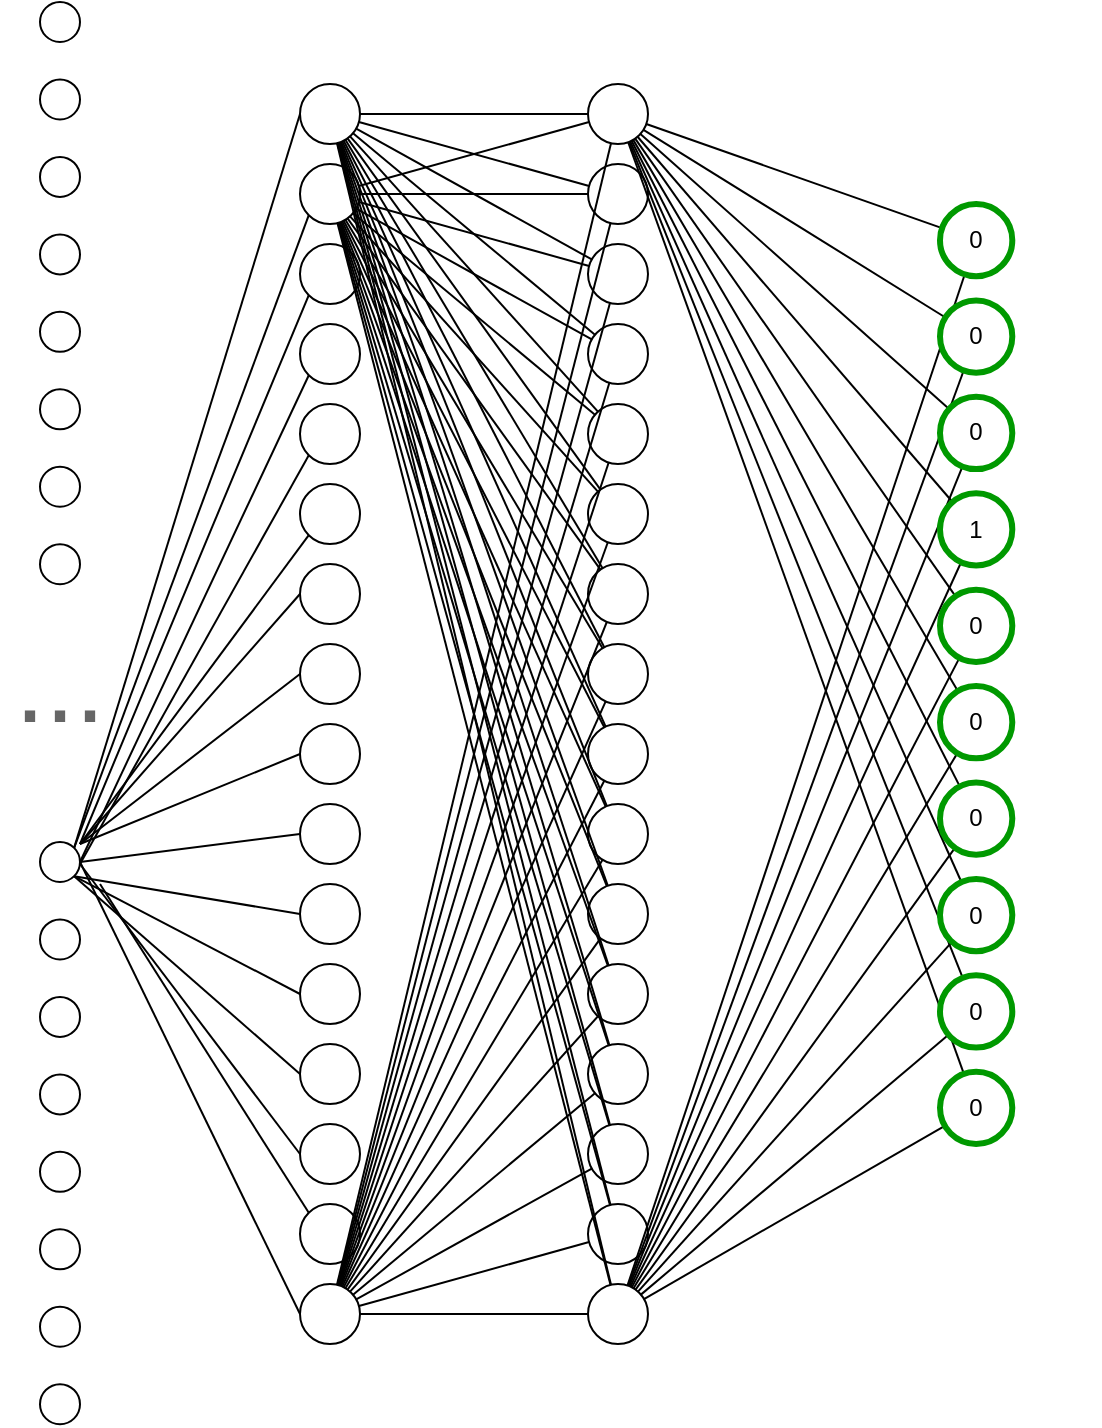
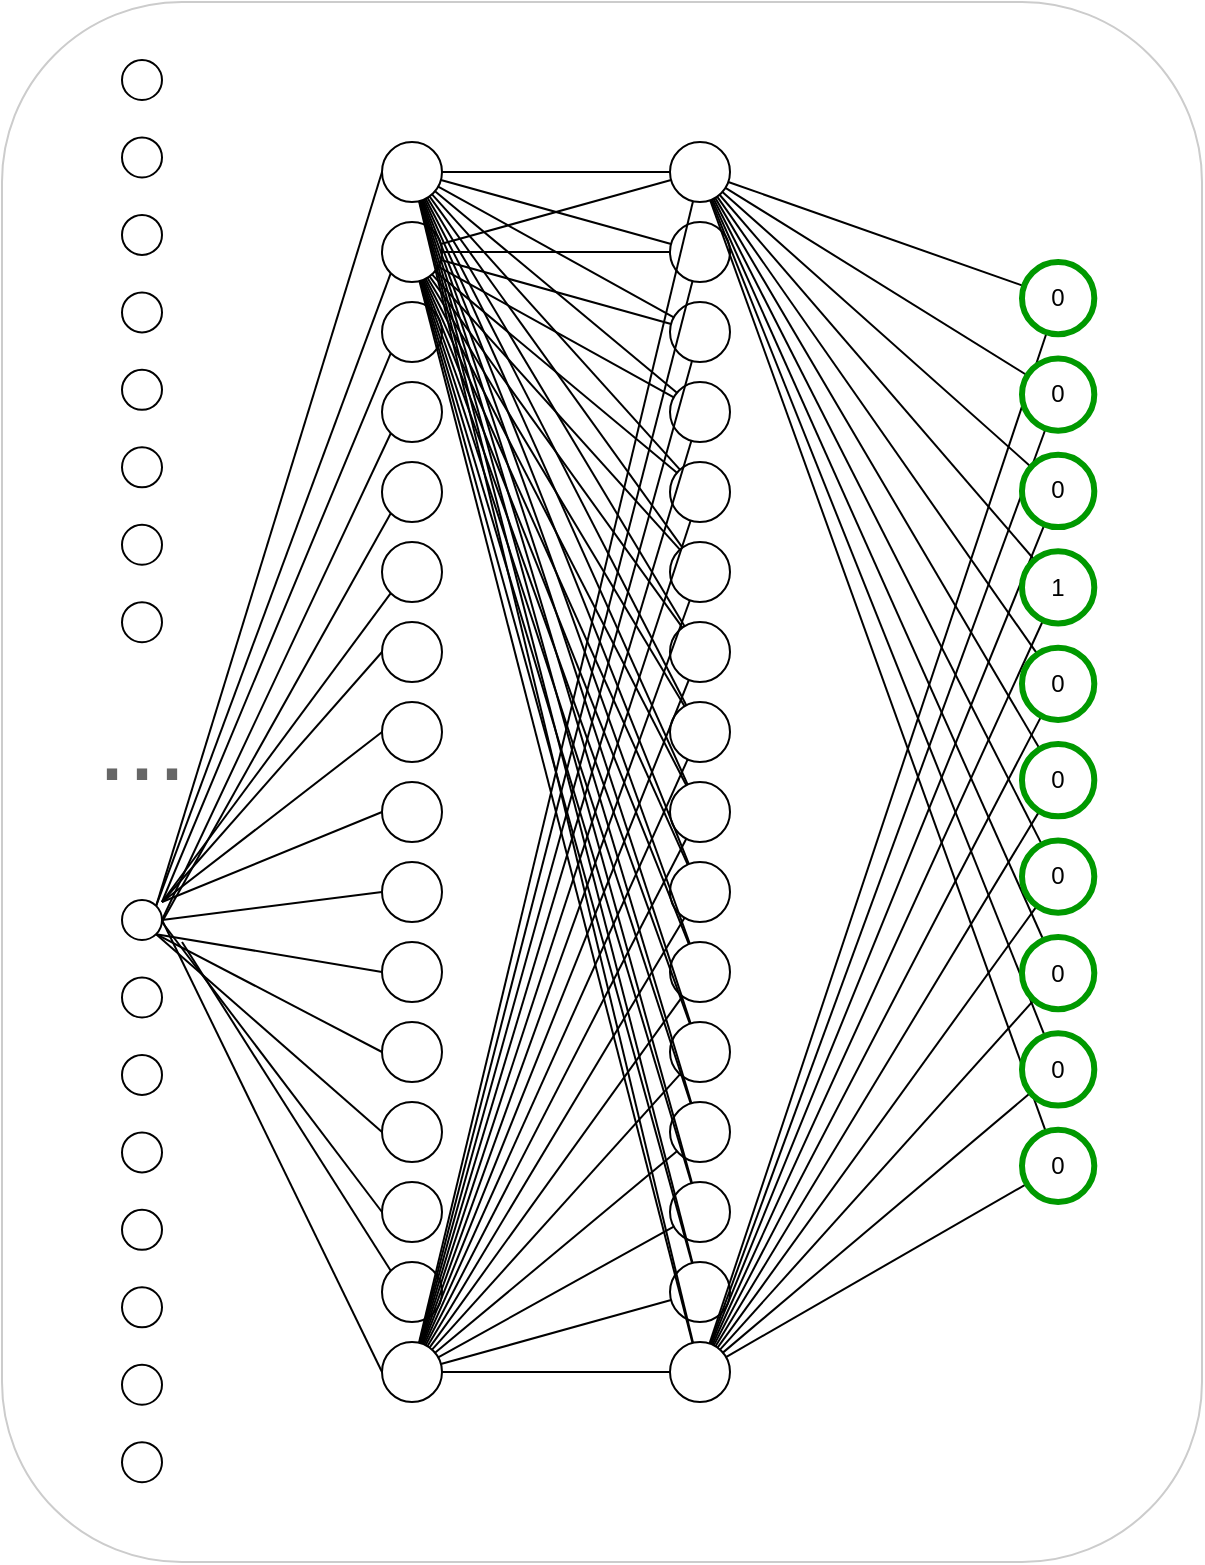
<mxfile host="app.diagrams.net" agent="Mozilla/5.0 (Macintosh; Intel Mac OS X 10.15; rv:147.0) Gecko/20100101 Firefox/147.0" version="29.3.6">
  <diagram id="three-columns" name="Page-1">
    <mxGraphModel dx="1653" dy="925" grid="1" gridSize="10" guides="1" tooltips="1" connect="1" arrows="1" fold="1" page="1" pageScale="1" pageWidth="1100" pageHeight="850" background="#ffffff" math="0" shadow="0">
      <root>
        <mxCell id="0" />
        <mxCell id="1" parent="0" />
        <mxCell id="L0_1" parent="1" style="ellipse;whiteSpace=wrap;html=1;aspect=fixed;" value="" vertex="1">
          <mxGeometry height="30" width="30" x="430" y="110" as="geometry" />
        </mxCell>
        <mxCell id="L0_2" parent="1" style="ellipse;whiteSpace=wrap;html=1;aspect=fixed;" value="" vertex="1">
          <mxGeometry height="30" width="30" x="430" y="150" as="geometry" />
        </mxCell>
        <mxCell id="L0_3" parent="1" style="ellipse;whiteSpace=wrap;html=1;aspect=fixed;" value="" vertex="1">
          <mxGeometry height="30" width="30" x="430" y="190" as="geometry" />
        </mxCell>
        <mxCell id="L0_4" parent="1" style="ellipse;whiteSpace=wrap;html=1;aspect=fixed;" value="" vertex="1">
          <mxGeometry height="30" width="30" x="430" y="230" as="geometry" />
        </mxCell>
        <mxCell id="L0_5" parent="1" style="ellipse;whiteSpace=wrap;html=1;aspect=fixed;" value="" vertex="1">
          <mxGeometry height="30" width="30" x="430" y="270" as="geometry" />
        </mxCell>
        <mxCell id="L0_6" parent="1" style="ellipse;whiteSpace=wrap;html=1;aspect=fixed;" value="" vertex="1">
          <mxGeometry height="30" width="30" x="430" y="310" as="geometry" />
        </mxCell>
        <mxCell id="L0_7" parent="1" style="ellipse;whiteSpace=wrap;html=1;aspect=fixed;" value="" vertex="1">
          <mxGeometry height="30" width="30" x="430" y="350" as="geometry" />
        </mxCell>
        <mxCell id="L0_8" parent="1" style="ellipse;whiteSpace=wrap;html=1;aspect=fixed;" value="" vertex="1">
          <mxGeometry height="30" width="30" x="430" y="390" as="geometry" />
        </mxCell>
        <mxCell id="L0_9" parent="1" style="ellipse;whiteSpace=wrap;html=1;aspect=fixed;" value="" vertex="1">
          <mxGeometry height="30" width="30" x="430" y="430" as="geometry" />
        </mxCell>
        <mxCell id="L0_10" parent="1" style="ellipse;whiteSpace=wrap;html=1;aspect=fixed;" value="" vertex="1">
          <mxGeometry height="30" width="30" x="430" y="470" as="geometry" />
        </mxCell>
        <mxCell id="L0_11" parent="1" style="ellipse;whiteSpace=wrap;html=1;aspect=fixed;" value="" vertex="1">
          <mxGeometry height="30" width="30" x="430" y="510" as="geometry" />
        </mxCell>
        <mxCell id="L0_12" parent="1" style="ellipse;whiteSpace=wrap;html=1;aspect=fixed;" value="" vertex="1">
          <mxGeometry height="30" width="30" x="430" y="550" as="geometry" />
        </mxCell>
        <mxCell id="L0_13" parent="1" style="ellipse;whiteSpace=wrap;html=1;aspect=fixed;" value="" vertex="1">
          <mxGeometry height="30" width="30" x="430" y="590" as="geometry" />
        </mxCell>
        <mxCell id="L0_14" parent="1" style="ellipse;whiteSpace=wrap;html=1;aspect=fixed;" value="" vertex="1">
          <mxGeometry height="30" width="30" x="430" y="630" as="geometry" />
        </mxCell>
        <mxCell id="L0_15" parent="1" style="ellipse;whiteSpace=wrap;html=1;aspect=fixed;" value="" vertex="1">
          <mxGeometry height="30" width="30" x="430" y="670" as="geometry" />
        </mxCell>
        <mxCell id="L0_16" parent="1" style="ellipse;whiteSpace=wrap;html=1;aspect=fixed;" value="" vertex="1">
          <mxGeometry height="30" width="30" x="430" y="710" as="geometry" />
        </mxCell>
        <mxCell id="L1" parent="1" style="ellipse;whiteSpace=wrap;html=1;aspect=fixed;" value="" vertex="1">
          <mxGeometry height="30" width="30" x="574" y="110" as="geometry" />
        </mxCell>
        <mxCell id="L2" parent="1" style="ellipse;whiteSpace=wrap;html=1;aspect=fixed;" value="" vertex="1">
          <mxGeometry height="30" width="30" x="574" y="150" as="geometry" />
        </mxCell>
        <mxCell id="L3" parent="1" style="ellipse;whiteSpace=wrap;html=1;aspect=fixed;" value="" vertex="1">
          <mxGeometry height="30" width="30" x="574" y="190" as="geometry" />
        </mxCell>
        <mxCell id="L4" parent="1" style="ellipse;whiteSpace=wrap;html=1;aspect=fixed;" value="" vertex="1">
          <mxGeometry height="30" width="30" x="574" y="230" as="geometry" />
        </mxCell>
        <mxCell id="L5" parent="1" style="ellipse;whiteSpace=wrap;html=1;aspect=fixed;" value="" vertex="1">
          <mxGeometry height="30" width="30" x="574" y="270" as="geometry" />
        </mxCell>
        <mxCell id="L6" parent="1" style="ellipse;whiteSpace=wrap;html=1;aspect=fixed;" value="" vertex="1">
          <mxGeometry height="30" width="30" x="574" y="310" as="geometry" />
        </mxCell>
        <mxCell id="L7" parent="1" style="ellipse;whiteSpace=wrap;html=1;aspect=fixed;" value="" vertex="1">
          <mxGeometry height="30" width="30" x="574" y="350" as="geometry" />
        </mxCell>
        <mxCell id="L8" parent="1" style="ellipse;whiteSpace=wrap;html=1;aspect=fixed;" value="" vertex="1">
          <mxGeometry height="30" width="30" x="574" y="390" as="geometry" />
        </mxCell>
        <mxCell id="L9" parent="1" style="ellipse;whiteSpace=wrap;html=1;aspect=fixed;" value="" vertex="1">
          <mxGeometry height="30" width="30" x="574" y="430" as="geometry" />
        </mxCell>
        <mxCell id="L10" parent="1" style="ellipse;whiteSpace=wrap;html=1;aspect=fixed;" value="" vertex="1">
          <mxGeometry height="30" width="30" x="574" y="470" as="geometry" />
        </mxCell>
        <mxCell id="L11" parent="1" style="ellipse;whiteSpace=wrap;html=1;aspect=fixed;" value="" vertex="1">
          <mxGeometry height="30" width="30" x="574" y="510" as="geometry" />
        </mxCell>
        <mxCell id="L12" parent="1" style="ellipse;whiteSpace=wrap;html=1;aspect=fixed;" value="" vertex="1">
          <mxGeometry height="30" width="30" x="574" y="550" as="geometry" />
        </mxCell>
        <mxCell id="L13" parent="1" style="ellipse;whiteSpace=wrap;html=1;aspect=fixed;" value="" vertex="1">
          <mxGeometry height="30" width="30" x="574" y="590" as="geometry" />
        </mxCell>
        <mxCell id="L14" parent="1" style="ellipse;whiteSpace=wrap;html=1;aspect=fixed;" value="" vertex="1">
          <mxGeometry height="30" width="30" x="574" y="630" as="geometry" />
        </mxCell>
        <mxCell id="L15" parent="1" style="ellipse;whiteSpace=wrap;html=1;aspect=fixed;" value="" vertex="1">
          <mxGeometry height="30" width="30" x="574" y="670" as="geometry" />
        </mxCell>
        <mxCell id="L16" parent="1" style="ellipse;whiteSpace=wrap;html=1;aspect=fixed;" value="" vertex="1">
          <mxGeometry height="30" width="30" x="574" y="710" as="geometry" />
        </mxCell>
        <mxCell id="E_L0_1_L1" edge="1" parent="1" source="L0_1" style="endArrow=none;" target="L1">
          <mxGeometry relative="1" as="geometry" />
        </mxCell>
        <mxCell id="E_L0_1_L2" edge="1" parent="1" source="L0_1" style="endArrow=none;" target="L2">
          <mxGeometry relative="1" as="geometry" />
        </mxCell>
        <mxCell id="E_L0_1_L3" edge="1" parent="1" source="L0_1" style="endArrow=none;" target="L3">
          <mxGeometry relative="1" as="geometry" />
        </mxCell>
        <mxCell id="E_L0_1_L4" edge="1" parent="1" source="L0_1" style="endArrow=none;" target="L4">
          <mxGeometry relative="1" as="geometry" />
        </mxCell>
        <mxCell id="E_L0_1_L5" edge="1" parent="1" source="L0_1" style="endArrow=none;" target="L5">
          <mxGeometry relative="1" as="geometry" />
        </mxCell>
        <mxCell id="E_L0_1_L6" edge="1" parent="1" source="L0_1" style="endArrow=none;" target="L6">
          <mxGeometry relative="1" as="geometry" />
        </mxCell>
        <mxCell id="E_L0_1_L7" edge="1" parent="1" source="L0_1" style="endArrow=none;" target="L7">
          <mxGeometry relative="1" as="geometry" />
        </mxCell>
        <mxCell id="E_L0_1_L8" edge="1" parent="1" source="L0_1" style="endArrow=none;" target="L8">
          <mxGeometry relative="1" as="geometry" />
        </mxCell>
        <mxCell id="E_L0_1_L9" edge="1" parent="1" source="L0_1" style="endArrow=none;" target="L9">
          <mxGeometry relative="1" as="geometry" />
        </mxCell>
        <mxCell id="E_L0_1_L10" edge="1" parent="1" source="L0_1" style="endArrow=none;" target="L10">
          <mxGeometry relative="1" as="geometry" />
        </mxCell>
        <mxCell id="E_L0_1_L11" edge="1" parent="1" source="L0_1" style="endArrow=none;" target="L11">
          <mxGeometry relative="1" as="geometry" />
        </mxCell>
        <mxCell id="E_L0_1_L12" edge="1" parent="1" source="L0_1" style="endArrow=none;" target="L12">
          <mxGeometry relative="1" as="geometry" />
        </mxCell>
        <mxCell id="E_L0_1_L13" edge="1" parent="1" source="L0_1" style="endArrow=none;" target="L13">
          <mxGeometry relative="1" as="geometry" />
        </mxCell>
        <mxCell id="E_L0_1_L14" edge="1" parent="1" source="L0_1" style="endArrow=none;" target="L14">
          <mxGeometry relative="1" as="geometry" />
        </mxCell>
        <mxCell id="E_L0_1_L15" edge="1" parent="1" source="L0_1" style="endArrow=none;" target="L15">
          <mxGeometry relative="1" as="geometry" />
        </mxCell>
        <mxCell id="E_L0_1_L16" edge="1" parent="1" source="L0_1" style="endArrow=none;" target="L16">
          <mxGeometry relative="1" as="geometry" />
        </mxCell>
        <mxCell id="E_L0_2_L1" edge="1" parent="1" source="L0_2" style="endArrow=none;" target="L1">
          <mxGeometry relative="1" as="geometry" />
        </mxCell>
        <mxCell id="E_L0_2_L2" edge="1" parent="1" source="L0_2" style="endArrow=none;" target="L2">
          <mxGeometry relative="1" as="geometry" />
        </mxCell>
        <mxCell id="E_L0_2_L3" edge="1" parent="1" source="L0_2" style="endArrow=none;" target="L3">
          <mxGeometry relative="1" as="geometry" />
        </mxCell>
        <mxCell id="E_L0_2_L4" edge="1" parent="1" source="L0_2" style="endArrow=none;" target="L4">
          <mxGeometry relative="1" as="geometry" />
        </mxCell>
        <mxCell id="E_L0_2_L5" edge="1" parent="1" source="L0_2" style="endArrow=none;" target="L5">
          <mxGeometry relative="1" as="geometry" />
        </mxCell>
        <mxCell id="E_L0_2_L6" edge="1" parent="1" source="L0_2" style="endArrow=none;" target="L6">
          <mxGeometry relative="1" as="geometry" />
        </mxCell>
        <mxCell id="E_L0_2_L7" edge="1" parent="1" source="L0_2" style="endArrow=none;" target="L7">
          <mxGeometry relative="1" as="geometry" />
        </mxCell>
        <mxCell id="E_L0_2_L8" edge="1" parent="1" source="L0_2" style="endArrow=none;" target="L8">
          <mxGeometry relative="1" as="geometry" />
        </mxCell>
        <mxCell id="E_L0_2_L9" edge="1" parent="1" source="L0_2" style="endArrow=none;" target="L9">
          <mxGeometry relative="1" as="geometry" />
        </mxCell>
        <mxCell id="E_L0_2_L10" edge="1" parent="1" source="L0_2" style="endArrow=none;" target="L10">
          <mxGeometry relative="1" as="geometry" />
        </mxCell>
        <mxCell id="E_L0_2_L11" edge="1" parent="1" source="L0_2" style="endArrow=none;" target="L11">
          <mxGeometry relative="1" as="geometry" />
        </mxCell>
        <mxCell id="E_L0_2_L12" edge="1" parent="1" source="L0_2" style="endArrow=none;" target="L12">
          <mxGeometry relative="1" as="geometry" />
        </mxCell>
        <mxCell id="E_L0_2_L13" edge="1" parent="1" source="L0_2" style="endArrow=none;" target="L13">
          <mxGeometry relative="1" as="geometry" />
        </mxCell>
        <mxCell id="E_L0_2_L14" edge="1" parent="1" source="L0_2" style="endArrow=none;" target="L14">
          <mxGeometry relative="1" as="geometry" />
        </mxCell>
        <mxCell id="E_L0_2_L15" edge="1" parent="1" source="L0_2" style="endArrow=none;" target="L15">
          <mxGeometry relative="1" as="geometry" />
        </mxCell>
        <mxCell id="E_L0_2_L16" edge="1" parent="1" source="L0_2" style="endArrow=none;" target="L16">
          <mxGeometry relative="1" as="geometry" />
        </mxCell>
        <mxCell id="E_L0_16_L1" edge="1" parent="1" source="L0_16" style="endArrow=none;" target="L1">
          <mxGeometry relative="1" as="geometry" />
        </mxCell>
        <mxCell id="E_L0_16_L2" edge="1" parent="1" source="L0_16" style="endArrow=none;" target="L2">
          <mxGeometry relative="1" as="geometry" />
        </mxCell>
        <mxCell id="E_L0_16_L3" edge="1" parent="1" source="L0_16" style="endArrow=none;" target="L3">
          <mxGeometry relative="1" as="geometry" />
        </mxCell>
        <mxCell id="E_L0_16_L4" edge="1" parent="1" source="L0_16" style="endArrow=none;" target="L4">
          <mxGeometry relative="1" as="geometry" />
        </mxCell>
        <mxCell id="E_L0_16_L5" edge="1" parent="1" source="L0_16" style="endArrow=none;" target="L5">
          <mxGeometry relative="1" as="geometry" />
        </mxCell>
        <mxCell id="E_L0_16_L6" edge="1" parent="1" source="L0_16" style="endArrow=none;" target="L6">
          <mxGeometry relative="1" as="geometry" />
        </mxCell>
        <mxCell id="E_L0_16_L7" edge="1" parent="1" source="L0_16" style="endArrow=none;" target="L7">
          <mxGeometry relative="1" as="geometry" />
        </mxCell>
        <mxCell id="E_L0_16_L8" edge="1" parent="1" source="L0_16" style="endArrow=none;" target="L8">
          <mxGeometry relative="1" as="geometry" />
        </mxCell>
        <mxCell id="E_L0_16_L9" edge="1" parent="1" source="L0_16" style="endArrow=none;" target="L9">
          <mxGeometry relative="1" as="geometry" />
        </mxCell>
        <mxCell id="E_L0_16_L10" edge="1" parent="1" source="L0_16" style="endArrow=none;" target="L10">
          <mxGeometry relative="1" as="geometry" />
        </mxCell>
        <mxCell id="E_L0_16_L11" edge="1" parent="1" source="L0_16" style="endArrow=none;" target="L11">
          <mxGeometry relative="1" as="geometry" />
        </mxCell>
        <mxCell id="E_L0_16_L12" edge="1" parent="1" source="L0_16" style="endArrow=none;" target="L12">
          <mxGeometry relative="1" as="geometry" />
        </mxCell>
        <mxCell id="E_L0_16_L13" edge="1" parent="1" source="L0_16" style="endArrow=none;" target="L13">
          <mxGeometry relative="1" as="geometry" />
        </mxCell>
        <mxCell id="E_L0_16_L14" edge="1" parent="1" source="L0_16" style="endArrow=none;" target="L14">
          <mxGeometry relative="1" as="geometry" />
        </mxCell>
        <mxCell id="E_L0_16_L15" edge="1" parent="1" source="L0_16" style="endArrow=none;" target="L15">
          <mxGeometry relative="1" as="geometry" />
        </mxCell>
        <mxCell id="E_L0_16_L16" edge="1" parent="1" source="L0_16" style="endArrow=none;" target="L16">
          <mxGeometry relative="1" as="geometry" />
        </mxCell>
        <mxCell id="E_L1_R1" edge="1" parent="1" source="L1" style="endArrow=none;" target="R1">
          <mxGeometry relative="1" as="geometry" />
        </mxCell>
        <mxCell id="E_L1_R2" edge="1" parent="1" source="L1" style="endArrow=none;" target="R2">
          <mxGeometry relative="1" as="geometry" />
        </mxCell>
        <mxCell id="E_L1_R3" edge="1" parent="1" source="L1" style="endArrow=none;" target="R3">
          <mxGeometry relative="1" as="geometry" />
        </mxCell>
        <mxCell id="E_L1_R4" edge="1" parent="1" source="L1" style="endArrow=none;" target="R4">
          <mxGeometry relative="1" as="geometry" />
        </mxCell>
        <mxCell id="E_L1_R5" edge="1" parent="1" source="L1" style="endArrow=none;" target="R5">
          <mxGeometry relative="1" as="geometry" />
        </mxCell>
        <mxCell id="E_L1_R6" edge="1" parent="1" source="L1" style="endArrow=none;" target="R6">
          <mxGeometry relative="1" as="geometry" />
        </mxCell>
        <mxCell id="E_L1_R7" edge="1" parent="1" source="L1" style="endArrow=none;" target="R7">
          <mxGeometry relative="1" as="geometry" />
        </mxCell>
        <mxCell id="E_L1_R8" edge="1" parent="1" source="L1" style="endArrow=none;" target="R8">
          <mxGeometry relative="1" as="geometry" />
        </mxCell>
        <mxCell id="E_L1_R9" edge="1" parent="1" source="L1" style="endArrow=none;" target="R9">
          <mxGeometry relative="1" as="geometry" />
        </mxCell>
        <mxCell id="E_L1_R10" edge="1" parent="1" source="L1" style="endArrow=none;" target="R10">
          <mxGeometry relative="1" as="geometry" />
        </mxCell>
        <mxCell id="E_L16_R1" edge="1" parent="1" source="L16" style="endArrow=none;" target="R1">
          <mxGeometry relative="1" as="geometry" />
        </mxCell>
        <mxCell id="E_L16_R2" edge="1" parent="1" source="L16" style="endArrow=none;" target="R2">
          <mxGeometry relative="1" as="geometry" />
        </mxCell>
        <mxCell id="E_L16_R3" edge="1" parent="1" source="L16" style="endArrow=none;" target="R3">
          <mxGeometry relative="1" as="geometry" />
        </mxCell>
        <mxCell id="E_L16_R4" edge="1" parent="1" source="L16" style="endArrow=none;" target="R4">
          <mxGeometry relative="1" as="geometry" />
        </mxCell>
        <mxCell id="E_L16_R5" edge="1" parent="1" source="L16" style="endArrow=none;" target="R5">
          <mxGeometry relative="1" as="geometry" />
        </mxCell>
        <mxCell id="E_L16_R6" edge="1" parent="1" source="L16" style="endArrow=none;" target="R6">
          <mxGeometry relative="1" as="geometry" />
        </mxCell>
        <mxCell id="E_L16_R7" edge="1" parent="1" source="L16" style="endArrow=none;" target="R7">
          <mxGeometry relative="1" as="geometry" />
        </mxCell>
        <mxCell id="E_L16_R8" edge="1" parent="1" source="L16" style="endArrow=none;" target="R8">
          <mxGeometry relative="1" as="geometry" />
        </mxCell>
        <mxCell id="E_L16_R9" edge="1" parent="1" source="L16" style="endArrow=none;" target="R9">
          <mxGeometry relative="1" as="geometry" />
        </mxCell>
        <mxCell id="E_L16_R10" edge="1" parent="1" source="L16" style="endArrow=none;" target="R10">
          <mxGeometry relative="1" as="geometry" />
        </mxCell>
        <mxCell id="UqORztQWvTda7gWICpi--1" connectable="0" parent="1" style="group" value="" vertex="1">
          <mxGeometry height="470" width="80" x="750" y="170" as="geometry" />
        </mxCell>
        <mxCell id="R1" parent="UqORztQWvTda7gWICpi--1" style="ellipse;whiteSpace=wrap;html=1;aspect=fixed;strokeWidth=3;strokeColor=#009900;" value="0" vertex="1">
          <mxGeometry height="36.15384615384615" width="36.15384615384615" as="geometry" />
        </mxCell>
        <mxCell id="R2" parent="UqORztQWvTda7gWICpi--1" style="ellipse;whiteSpace=wrap;html=1;aspect=fixed;strokeWidth=3;strokeColor=#009900;" value="0" vertex="1">
          <mxGeometry height="36.15384615384615" width="36.15384615384615" y="48.205128205128204" as="geometry" />
        </mxCell>
        <mxCell id="R3" parent="UqORztQWvTda7gWICpi--1" style="ellipse;whiteSpace=wrap;html=1;aspect=fixed;strokeWidth=3;strokeColor=#009900;" value="0" vertex="1">
          <mxGeometry height="36.15384615384615" width="36.15384615384615" y="96.41025641025641" as="geometry" />
        </mxCell>
        <mxCell id="R4" parent="UqORztQWvTda7gWICpi--1" style="ellipse;whiteSpace=wrap;html=1;aspect=fixed;strokeWidth=3;strokeColor=#009900;" value="1" vertex="1">
          <mxGeometry height="36.15384615384615" width="36.15384615384615" y="144.6153846153846" as="geometry" />
        </mxCell>
        <mxCell id="R5" parent="UqORztQWvTda7gWICpi--1" style="ellipse;whiteSpace=wrap;html=1;aspect=fixed;strokeWidth=3;strokeColor=#009900;" value="0" vertex="1">
          <mxGeometry height="36.15384615384615" width="36.15384615384615" y="192.82051282051282" as="geometry" />
        </mxCell>
        <mxCell id="R6" parent="UqORztQWvTda7gWICpi--1" style="ellipse;whiteSpace=wrap;html=1;aspect=fixed;strokeWidth=3;strokeColor=#009900;" value="0" vertex="1">
          <mxGeometry height="36.15384615384615" width="36.15384615384615" y="241.02564102564102" as="geometry" />
        </mxCell>
        <mxCell id="R7" parent="UqORztQWvTda7gWICpi--1" style="ellipse;whiteSpace=wrap;html=1;aspect=fixed;strokeWidth=3;strokeColor=#009900;" value="0" vertex="1">
          <mxGeometry height="36.15384615384615" width="36.15384615384615" y="289.2307692307692" as="geometry" />
        </mxCell>
        <mxCell id="R8" parent="UqORztQWvTda7gWICpi--1" style="ellipse;whiteSpace=wrap;html=1;aspect=fixed;strokeWidth=3;strokeColor=#009900;" value="0" vertex="1">
          <mxGeometry height="36.15384615384615" width="36.15384615384615" y="337.43589743589746" as="geometry" />
        </mxCell>
        <mxCell id="R9" parent="UqORztQWvTda7gWICpi--1" style="ellipse;whiteSpace=wrap;html=1;aspect=fixed;strokeWidth=3;strokeColor=#009900;" value="0" vertex="1">
          <mxGeometry height="36.15384615384615" width="36.15384615384615" y="385.64102564102564" as="geometry" />
        </mxCell>
        <mxCell id="R10" parent="UqORztQWvTda7gWICpi--1" style="ellipse;whiteSpace=wrap;html=1;aspect=fixed;strokeWidth=3;strokeColor=#009900;" value="0" vertex="1">
          <mxGeometry height="36.15384615384615" width="36.15384615384615" y="433.84615384615387" as="geometry" />
        </mxCell>
        <mxCell id="UqORztQWvTda7gWICpi--2" parent="1" style="ellipse;whiteSpace=wrap;html=1;aspect=fixed;container=0;" value="" vertex="1">
          <mxGeometry height="20" width="20" x="300" y="69" as="geometry" />
        </mxCell>
        <mxCell id="UqORztQWvTda7gWICpi--3" parent="1" style="ellipse;whiteSpace=wrap;html=1;aspect=fixed;container=0;" value="" vertex="1">
          <mxGeometry height="20" width="20" x="300" y="107.73015873015873" as="geometry" />
        </mxCell>
        <mxCell id="UqORztQWvTda7gWICpi--4" parent="1" style="ellipse;whiteSpace=wrap;html=1;aspect=fixed;container=0;" value="" vertex="1">
          <mxGeometry height="20" width="20" x="300" y="146.46031746031747" as="geometry" />
        </mxCell>
        <mxCell id="UqORztQWvTda7gWICpi--5" parent="1" style="ellipse;whiteSpace=wrap;html=1;aspect=fixed;container=0;" value="" vertex="1">
          <mxGeometry height="20" width="20" x="300" y="185.1904761904762" as="geometry" />
        </mxCell>
        <mxCell id="UqORztQWvTda7gWICpi--6" parent="1" style="ellipse;whiteSpace=wrap;html=1;aspect=fixed;container=0;" value="" vertex="1">
          <mxGeometry height="20" width="20" x="300" y="223.9206349206349" as="geometry" />
        </mxCell>
        <mxCell id="UqORztQWvTda7gWICpi--7" parent="1" style="ellipse;whiteSpace=wrap;html=1;aspect=fixed;container=0;" value="" vertex="1">
          <mxGeometry height="20" width="20" x="300" y="262.6507936507936" as="geometry" />
        </mxCell>
        <mxCell id="UqORztQWvTda7gWICpi--8" parent="1" style="ellipse;whiteSpace=wrap;html=1;aspect=fixed;container=0;" value="" vertex="1">
          <mxGeometry height="20" width="20" x="300" y="301.3809523809524" as="geometry" />
        </mxCell>
        <mxCell id="UqORztQWvTda7gWICpi--9" parent="1" style="ellipse;whiteSpace=wrap;html=1;aspect=fixed;container=0;" value="" vertex="1">
          <mxGeometry height="20" width="20" x="300" y="340.1111111111111" as="geometry" />
        </mxCell>
        <mxCell id="UqORztQWvTda7gWICpi--10" parent="1" style="ellipse;whiteSpace=wrap;html=1;aspect=fixed;container=0;" value="" vertex="1">
          <mxGeometry height="20" width="20" x="300" y="489.00126984126985" as="geometry" />
        </mxCell>
        <mxCell id="UqORztQWvTda7gWICpi--11" parent="1" style="ellipse;whiteSpace=wrap;html=1;aspect=fixed;container=0;" value="" vertex="1">
          <mxGeometry height="20" width="20" x="300" y="527.7314285714285" as="geometry" />
        </mxCell>
        <mxCell id="UqORztQWvTda7gWICpi--12" parent="1" style="ellipse;whiteSpace=wrap;html=1;aspect=fixed;container=0;" value="" vertex="1">
          <mxGeometry height="20" width="20" x="300" y="566.4615873015873" as="geometry" />
        </mxCell>
        <mxCell id="UqORztQWvTda7gWICpi--13" parent="1" style="ellipse;whiteSpace=wrap;html=1;aspect=fixed;container=0;" value="" vertex="1">
          <mxGeometry height="20" width="20" x="300" y="605.191746031746" as="geometry" />
        </mxCell>
        <mxCell id="UqORztQWvTda7gWICpi--14" parent="1" style="ellipse;whiteSpace=wrap;html=1;aspect=fixed;container=0;" value="" vertex="1">
          <mxGeometry height="20" width="20" x="300" y="643.9219047619048" as="geometry" />
        </mxCell>
        <mxCell id="UqORztQWvTda7gWICpi--15" parent="1" style="ellipse;whiteSpace=wrap;html=1;aspect=fixed;container=0;" value="" vertex="1">
          <mxGeometry height="20" width="20" x="300" y="682.6520634920635" as="geometry" />
        </mxCell>
        <mxCell id="UqORztQWvTda7gWICpi--16" parent="1" style="ellipse;whiteSpace=wrap;html=1;aspect=fixed;container=0;" value="" vertex="1">
          <mxGeometry height="20" width="20" x="300" y="721.3822222222221" as="geometry" />
        </mxCell>
        <mxCell id="UqORztQWvTda7gWICpi--17" parent="1" style="ellipse;whiteSpace=wrap;html=1;aspect=fixed;container=0;" value="" vertex="1">
          <mxGeometry height="20" width="20" x="300" y="760.1123809523809" as="geometry" />
        </mxCell>
        <mxCell id="UqORztQWvTda7gWICpi--19" parent="1" style="text;html=1;whiteSpace=wrap;strokeColor=none;fillColor=none;align=center;verticalAlign=middle;rounded=0;" value="&lt;font style=&quot;font-size: 54px; color: rgb(102, 102, 102);&quot;&gt;...&lt;/font&gt;" vertex="1">
          <mxGeometry height="30" width="60" x="280" y="395" as="geometry" />
        </mxCell>
        <mxCell id="UqORztQWvTda7gWICpi--20" edge="1" parent="1" source="UqORztQWvTda7gWICpi--10" style="endArrow=none;html=1;rounded=0;entryX=0;entryY=0.5;entryDx=0;entryDy=0;exitX=1;exitY=0;exitDx=0;exitDy=0;" target="L0_1" value="">
          <mxGeometry height="50" relative="1" width="50" as="geometry">
            <mxPoint x="280" y="510" as="sourcePoint" />
            <mxPoint x="330" y="460" as="targetPoint" />
          </mxGeometry>
        </mxCell>
        <mxCell id="UqORztQWvTda7gWICpi--21" edge="1" parent="1" source="UqORztQWvTda7gWICpi--10" style="endArrow=none;html=1;rounded=0;entryX=0;entryY=1;entryDx=0;entryDy=0;exitX=1;exitY=0;exitDx=0;exitDy=0;" target="L0_2" value="">
          <mxGeometry height="50" relative="1" width="50" as="geometry">
            <mxPoint x="290" y="510" as="sourcePoint" />
            <mxPoint x="330" y="460" as="targetPoint" />
          </mxGeometry>
        </mxCell>
        <mxCell id="UqORztQWvTda7gWICpi--22" edge="1" parent="1" style="endArrow=none;html=1;rounded=0;entryX=0;entryY=1;entryDx=0;entryDy=0;" target="L0_3" value="">
          <mxGeometry height="50" relative="1" width="50" as="geometry">
            <mxPoint x="320" y="490" as="sourcePoint" />
            <mxPoint x="330" y="460" as="targetPoint" />
          </mxGeometry>
        </mxCell>
        <mxCell id="UqORztQWvTda7gWICpi--23" edge="1" parent="1" source="UqORztQWvTda7gWICpi--10" style="endArrow=none;html=1;rounded=0;entryX=0;entryY=1;entryDx=0;entryDy=0;exitX=1;exitY=0.5;exitDx=0;exitDy=0;" target="L0_4" value="">
          <mxGeometry height="50" relative="1" width="50" as="geometry">
            <mxPoint x="280" y="510" as="sourcePoint" />
            <mxPoint x="330" y="460" as="targetPoint" />
          </mxGeometry>
        </mxCell>
        <mxCell id="UqORztQWvTda7gWICpi--24" edge="1" parent="1" style="endArrow=none;html=1;rounded=0;entryX=0;entryY=1;entryDx=0;entryDy=0;" target="L0_5" value="">
          <mxGeometry height="50" relative="1" width="50" as="geometry">
            <mxPoint x="320" y="500" as="sourcePoint" />
            <mxPoint x="330" y="460" as="targetPoint" />
          </mxGeometry>
        </mxCell>
        <mxCell id="UqORztQWvTda7gWICpi--25" edge="1" parent="1" style="endArrow=none;html=1;rounded=0;entryX=0;entryY=1;entryDx=0;entryDy=0;" target="L0_6" value="">
          <mxGeometry height="50" relative="1" width="50" as="geometry">
            <mxPoint x="320" y="490" as="sourcePoint" />
            <mxPoint x="330" y="460" as="targetPoint" />
          </mxGeometry>
        </mxCell>
        <mxCell id="UqORztQWvTda7gWICpi--27" edge="1" parent="1" style="endArrow=none;html=1;rounded=0;entryX=0;entryY=0.5;entryDx=0;entryDy=0;" target="L0_7" value="">
          <mxGeometry height="50" relative="1" width="50" as="geometry">
            <mxPoint x="320" y="490" as="sourcePoint" />
            <mxPoint x="330" y="460" as="targetPoint" />
          </mxGeometry>
        </mxCell>
        <mxCell id="UqORztQWvTda7gWICpi--28" edge="1" parent="1" style="endArrow=none;html=1;rounded=0;entryX=0;entryY=0.5;entryDx=0;entryDy=0;" target="L0_8" value="">
          <mxGeometry height="50" relative="1" width="50" as="geometry">
            <mxPoint x="320" y="490" as="sourcePoint" />
            <mxPoint x="330" y="460" as="targetPoint" />
          </mxGeometry>
        </mxCell>
        <mxCell id="UqORztQWvTda7gWICpi--29" edge="1" parent="1" style="endArrow=none;html=1;rounded=0;entryX=0;entryY=0.5;entryDx=0;entryDy=0;" target="L0_9" value="">
          <mxGeometry height="50" relative="1" width="50" as="geometry">
            <mxPoint x="320" y="490" as="sourcePoint" />
            <mxPoint x="330" y="460" as="targetPoint" />
          </mxGeometry>
        </mxCell>
        <mxCell id="UqORztQWvTda7gWICpi--30" edge="1" parent="1" source="UqORztQWvTda7gWICpi--10" style="endArrow=none;html=1;rounded=0;entryX=0;entryY=0.5;entryDx=0;entryDy=0;exitX=1;exitY=0.5;exitDx=0;exitDy=0;" target="L0_10" value="">
          <mxGeometry height="50" relative="1" width="50" as="geometry">
            <mxPoint x="330" y="500" as="sourcePoint" />
            <mxPoint x="330" y="460" as="targetPoint" />
          </mxGeometry>
        </mxCell>
        <mxCell id="UqORztQWvTda7gWICpi--31" edge="1" parent="1" source="UqORztQWvTda7gWICpi--10" style="endArrow=none;html=1;rounded=0;entryX=0;entryY=0.5;entryDx=0;entryDy=0;exitX=1;exitY=1;exitDx=0;exitDy=0;" target="L0_11" value="">
          <mxGeometry height="50" relative="1" width="50" as="geometry">
            <mxPoint x="280" y="510" as="sourcePoint" />
            <mxPoint x="330" y="460" as="targetPoint" />
          </mxGeometry>
        </mxCell>
        <mxCell id="UqORztQWvTda7gWICpi--32" edge="1" parent="1" source="UqORztQWvTda7gWICpi--10" style="endArrow=none;html=1;rounded=0;entryX=0;entryY=0.5;entryDx=0;entryDy=0;exitX=1;exitY=1;exitDx=0;exitDy=0;" target="L0_12" value="">
          <mxGeometry height="50" relative="1" width="50" as="geometry">
            <mxPoint x="280" y="510" as="sourcePoint" />
            <mxPoint x="330" y="460" as="targetPoint" />
          </mxGeometry>
        </mxCell>
        <mxCell id="UqORztQWvTda7gWICpi--33" edge="1" parent="1" source="UqORztQWvTda7gWICpi--10" style="endArrow=none;html=1;rounded=0;entryX=0;entryY=0.5;entryDx=0;entryDy=0;exitX=1;exitY=1;exitDx=0;exitDy=0;" target="L0_13" value="">
          <mxGeometry height="50" relative="1" width="50" as="geometry">
            <mxPoint x="280" y="510" as="sourcePoint" />
            <mxPoint x="330" y="460" as="targetPoint" />
          </mxGeometry>
        </mxCell>
        <mxCell id="UqORztQWvTda7gWICpi--34" edge="1" parent="1" style="endArrow=none;html=1;rounded=0;entryX=0;entryY=0.5;entryDx=0;entryDy=0;" target="L0_14" value="">
          <mxGeometry height="50" relative="1" width="50" as="geometry">
            <mxPoint x="320" y="500" as="sourcePoint" />
            <mxPoint x="330" y="460" as="targetPoint" />
          </mxGeometry>
        </mxCell>
        <mxCell id="UqORztQWvTda7gWICpi--35" edge="1" parent="1" style="endArrow=none;html=1;rounded=0;entryX=0;entryY=0;entryDx=0;entryDy=0;" target="L0_15" value="">
          <mxGeometry height="50" relative="1" width="50" as="geometry">
            <mxPoint x="330" y="510" as="sourcePoint" />
            <mxPoint x="330" y="460" as="targetPoint" />
          </mxGeometry>
        </mxCell>
        <mxCell id="UqORztQWvTda7gWICpi--36" edge="1" parent="1" source="UqORztQWvTda7gWICpi--10" style="endArrow=none;html=1;rounded=0;entryX=0;entryY=0.5;entryDx=0;entryDy=0;exitX=1;exitY=0.5;exitDx=0;exitDy=0;" target="L0_16" value="">
          <mxGeometry height="50" relative="1" width="50" as="geometry">
            <mxPoint x="280" y="510" as="sourcePoint" />
            <mxPoint x="330" y="460" as="targetPoint" />
          </mxGeometry>
        </mxCell>
+         <mxCell id="UqORztQWvTda7gWICpi--37" parent="1" style="rounded=1;whiteSpace=wrap;html=1;fillColor=none;strokeColor=#CCCCCC;" value="" vertex="1">
+           <mxGeometry height="780" width="600" x="240" y="40" as="geometry" />
+         </mxCell>
      </root>
    </mxGraphModel>
  </diagram>
</mxfile>
